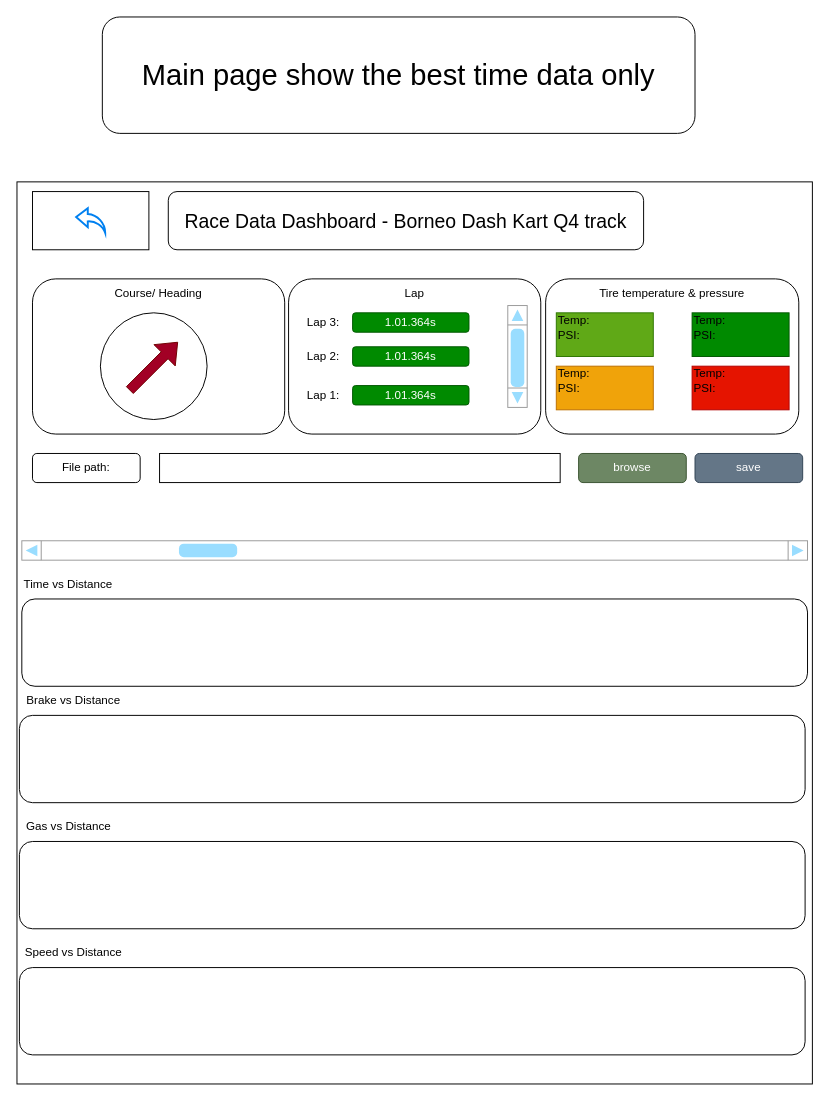
This is page "data analysis main page" (3 of 5) of pictures/WEB View dashboard.drawio from Yobeh-blek/FullSend_Logger, a draw.io file, before an edit. Source tidied: cells renumbered, new cells numbered last; positions are measured from the earlier drawing's top-left corner, leaving out a move shared by most shapes. Both pictures are drawn from the tidied source at 97%, with x=0, y=0 at pixel (16, 16).
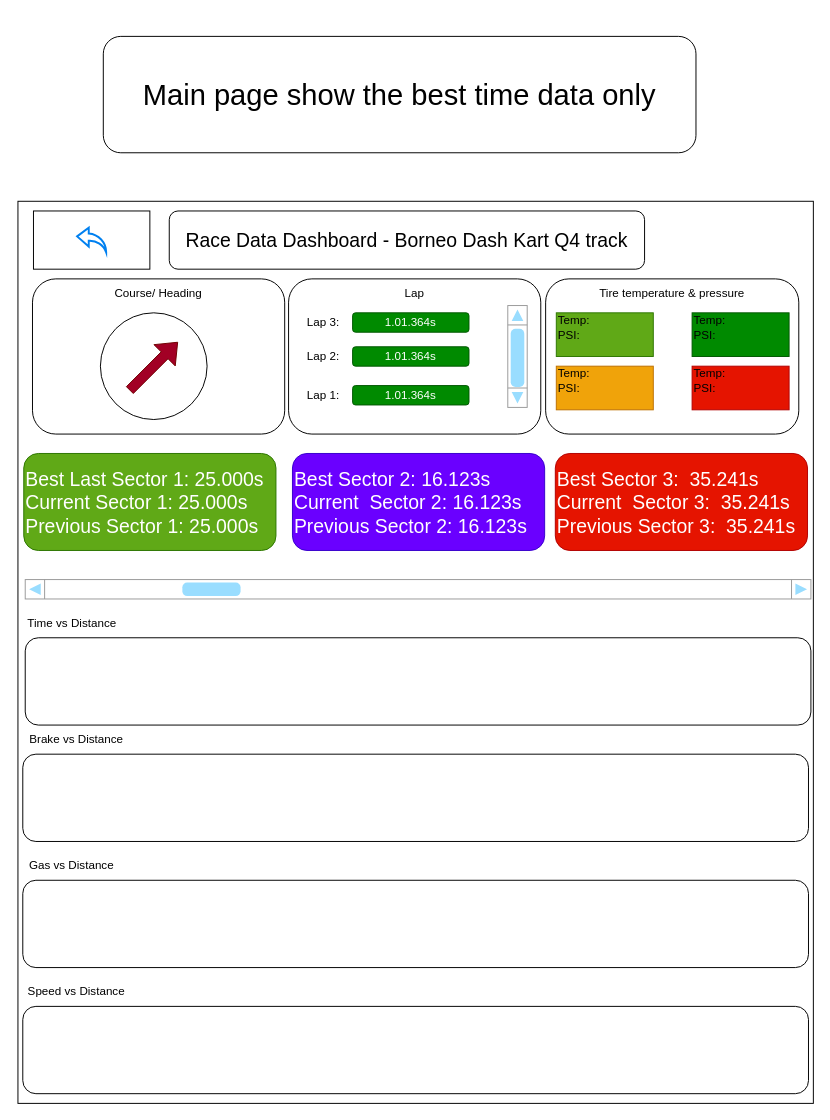
The same page after the edit.

The edit, as a diff of the source:
```diff
@@
     <mxCell id="2" style="rounded=0;whiteSpace=wrap;html=1;" parent="1" vertex="1">
-      <mxGeometry y="170" width="820" height="930" as="geometry" />
+      <mxGeometry x="1" y="190" width="820" height="930" as="geometry" />
     </mxCell>
     <mxCell id="3" value="&lt;font style=&quot;font-size: 20px;&quot;&gt;Race Data Dashboard - Borneo Dash Kart Q4 track&lt;/font&gt;" style="rounded=1;whiteSpace=wrap;html=1;align=center;" parent="1" vertex="1">
-      <mxGeometry x="156" y="180" width="490" height="60" as="geometry" />
+      <mxGeometry x="157" y="200" width="490" height="60" as="geometry" />
     </mxCell>
     <mxCell id="4" style="rounded=1;whiteSpace=wrap;html=1;" parent="1" vertex="1">
-      <mxGeometry x="5" y="600" width="810" height="90" as="geometry" />
+      <mxGeometry x="8.5" y="640" width="810" height="90" as="geometry" />
     </mxCell>
     <mxCell id="5" style="rounded=1;whiteSpace=wrap;html=1;" parent="1" vertex="1">
-      <mxGeometry x="2.5" y="720" width="810" height="90" as="geometry" />
+      <mxGeometry x="6" y="760" width="810" height="90" as="geometry" />
     </mxCell>
     <mxCell id="6" style="rounded=1;whiteSpace=wrap;html=1;" parent="1" vertex="1">
-      <mxGeometry x="2.5" y="850" width="810" height="90" as="geometry" />
+      <mxGeometry x="6" y="890" width="810" height="90" as="geometry" />
     </mxCell>
     <mxCell id="7" value="Gas vs Distance" style="text;html=1;align=center;verticalAlign=middle;whiteSpace=wrap;rounded=0;" parent="1" vertex="1">
-      <mxGeometry x="2.5" y="820" width="101" height="30" as="geometry" />
+      <mxGeometry x="6" y="860" width="101" height="30" as="geometry" />
     </mxCell>
     <mxCell id="8" value="Brake vs Distance" style="text;html=1;align=center;verticalAlign=middle;whiteSpace=wrap;rounded=0;" parent="1" vertex="1">
-      <mxGeometry x="2.5" y="690" width="111" height="30" as="geometry" />
+      <mxGeometry x="6" y="730" width="111" height="30" as="geometry" />
     </mxCell>
     <mxCell id="9" value="Time vs Distance" style="text;html=1;align=center;verticalAlign=middle;whiteSpace=wrap;rounded=0;" parent="1" vertex="1">
-      <mxGeometry y="570" width="106" height="30" as="geometry" />
+      <mxGeometry x="3.5" y="610" width="106" height="30" as="geometry" />
     </mxCell>
-    <mxCell id="10" value="File path:" style="rounded=1;whiteSpace=wrap;html=1;" parent="1" vertex="1">
-      <mxGeometry x="16" y="450" width="111" height="30" as="geometry" />
-    </mxCell>
-    <mxCell id="11" style="rounded=0;whiteSpace=wrap;html=1;" parent="1" vertex="1">
-      <mxGeometry x="147" y="450" width="413" height="30" as="geometry" />
-    </mxCell>
@@
     <mxCell id="35" style="verticalLabelPosition=bottom;shadow=0;dashed=0;align=center;html=1;verticalAlign=top;strokeWidth=1;shape=mxgraph.mockup.navigation.scrollBar;strokeColor=#999999;barPos=20;fillColor2=#99ddff;strokeColor2=none;" parent="1" vertex="1">
-      <mxGeometry x="5" y="540" width="810" height="10" as="geometry" />
+      <mxGeometry x="8.5" y="580" width="810" height="10" as="geometry" />
     </mxCell>
     <mxCell id="36" style="rounded=1;whiteSpace=wrap;html=1;" parent="1" vertex="1">
-      <mxGeometry x="2.5" y="980" width="810" height="90" as="geometry" />
+      <mxGeometry x="6" y="1020" width="810" height="90" as="geometry" />
     </mxCell>
     <mxCell id="37" value="Speed vs Distance" style="text;html=1;align=center;verticalAlign=middle;whiteSpace=wrap;rounded=0;" parent="1" vertex="1">
-      <mxGeometry x="2.5" y="950" width="111" height="30" as="geometry" />
+      <mxGeometry x="6" y="990" width="111" height="30" as="geometry" />
     </mxCell>
     <mxCell id="38" value="&lt;font style=&quot;font-size: 30px;&quot;&gt;Main page show the best time data only&lt;/font&gt;" style="rounded=1;whiteSpace=wrap;html=1;" parent="1" vertex="1">
-      <mxGeometry x="88" width="611" height="120" as="geometry" />
+      <mxGeometry x="89" y="20" width="611" height="120" as="geometry" />
     </mxCell>
-    <mxCell id="39" value="browse" style="rounded=1;whiteSpace=wrap;html=1;fillColor=#6d8764;fontColor=#ffffff;strokeColor=#3A5431;" parent="1" vertex="1">
-      <mxGeometry x="579" y="450" width="111" height="30" as="geometry" />
-    </mxCell>
-    <mxCell id="40" value="save" style="rounded=1;whiteSpace=wrap;html=1;fillColor=#647687;strokeColor=#314354;fontColor=#ffffff;" parent="1" vertex="1">
-      <mxGeometry x="699" y="450" width="111" height="30" as="geometry" />
-    </mxCell>
     <mxCell id="41" style="group;" parent="1" vertex="1">
-      <mxGeometry x="16" y="180" width="120" height="60" as="geometry" />
+      <mxGeometry x="17" y="200" width="120" height="60" as="geometry" />
     </mxCell>
@@
+    <mxCell id="44" value="&lt;div style=&quot;font-size: 20px;&quot;&gt;&lt;font style=&quot;font-size: 20px;&quot;&gt;Best&amp;nbsp;&lt;span style=&quot;background-color: initial;&quot;&gt;Last Sector 1: 25.000s&lt;/span&gt;&lt;/font&gt;&lt;/div&gt;&lt;font style=&quot;font-size: 20px;&quot;&gt;Current Sector 1: 25.000s&lt;/font&gt;&lt;div style=&quot;font-size: 20px;&quot;&gt;&lt;font style=&quot;font-size: 20px;&quot;&gt;Previous Sector 1: 25.000s&lt;/font&gt;&lt;br&gt;&lt;/div&gt;" style="rounded=1;whiteSpace=wrap;html=1;align=left;fillColor=#60a917;fontColor=#ffffff;strokeColor=#2D7600;" parent="1" vertex="1">
+      <mxGeometry x="7" y="450" width="260" height="100" as="geometry" />
+    </mxCell>
+    <mxCell id="45" value="&lt;font style=&quot;font-size: 20px;&quot;&gt;Best Sector 2: 16.123s&lt;br&gt;&lt;/font&gt;&lt;div style=&quot;font-size: 20px;&quot;&gt;&lt;span style=&quot;background-color: initial;&quot;&gt;Current&lt;/span&gt;&lt;span style=&quot;background-color: initial;&quot;&gt;&amp;nbsp;&lt;/span&gt;&lt;span style=&quot;background-color: initial;&quot;&gt;&lt;font style=&quot;font-size: 20px;&quot;&gt;&amp;nbsp;Sector 2: 16.123s&amp;nbsp;&lt;/font&gt;&lt;/span&gt;&lt;/div&gt;&lt;div style=&quot;font-size: 20px;&quot;&gt;&lt;font style=&quot;font-size: 20px;&quot;&gt;&lt;span style=&quot;background-color: initial;&quot;&gt;Previous Sector 2: 16.123s&amp;nbsp;&lt;/span&gt;&amp;nbsp;&lt;/font&gt;&lt;/div&gt;" style="rounded=1;whiteSpace=wrap;html=1;align=left;fillColor=#6a00ff;fontColor=#ffffff;strokeColor=#3700CC;" parent="1" vertex="1">
+      <mxGeometry x="284" y="450" width="260" height="100" as="geometry" />
+    </mxCell>
+    <mxCell id="46" value="&lt;font style=&quot;font-size: 20px;&quot;&gt;Best Sector 3:&amp;nbsp; 35.241s&lt;br&gt;&lt;/font&gt;&lt;div style=&quot;font-size: 20px;&quot;&gt;&lt;font style=&quot;font-size: 20px;&quot;&gt;&lt;span style=&quot;background-color: initial;&quot;&gt;Current&lt;/span&gt;&lt;span style=&quot;background-color: initial;&quot;&gt;&amp;nbsp;&lt;/span&gt;&amp;nbsp;Sector 3:&amp;nbsp; 35.241s&lt;br&gt;&lt;/font&gt;&lt;/div&gt;&lt;div style=&quot;font-size: 20px;&quot;&gt;&lt;font style=&quot;font-size: 20px;&quot;&gt;Previous Sector 3:&amp;nbsp; 35.241s&lt;/font&gt;&lt;br&gt;&lt;/div&gt;" style="rounded=1;whiteSpace=wrap;html=1;align=left;fillColor=#e51400;fontColor=#ffffff;strokeColor=#B20000;" parent="1" vertex="1">
+      <mxGeometry x="555" y="450" width="260" height="100" as="geometry" />
+    </mxCell>
```
